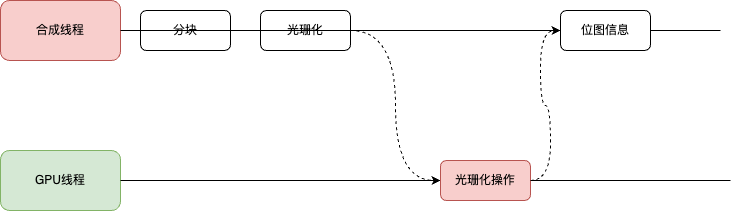
This is 浏览器:光珊化.drawio.png from JYbill/draw, a draw.io export, as it was before one commit. Source tidied: cells renumbered, new cells last; positions are measured from the earlier drawing's top-left corner, leaving out a move shared by most shapes.
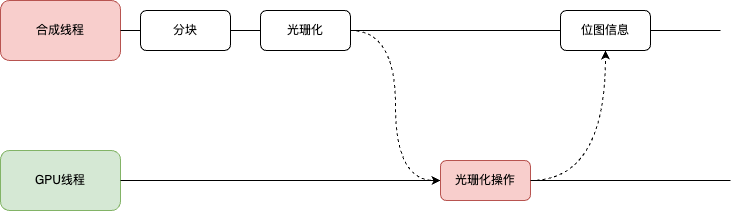
The same file after the commit.

Commit message:
更新浏览器:光珊化.drawio.png

Change to the diagram source:
```diff
@@ -10,12 +10,18 @@
         <mxPoint x="720" y="30" as="targetPoint" />
       </mxGeometry>
     </mxCell>
+    <mxCell id="14" style="edgeStyle=orthogonalEdgeStyle;rounded=0;jettySize=auto;html=1;exitX=1;exitY=0.5;exitDx=0;exitDy=0;entryX=0;entryY=0.5;entryDx=0;entryDy=0;endArrow=none;endFill=0;" parent="1" edge="1" source="4" target="6">
+      <mxGeometry relative="1" as="geometry" />
+    </mxCell>
     <mxCell id="4" value="分块" style="rounded=1;whiteSpace=wrap;html=1;" parent="1" vertex="1">
       <mxGeometry x="140" y="10" width="90" height="40" as="geometry" />
     </mxCell>
     <mxCell id="5" style="edgeStyle=orthogonalEdgeStyle;rounded=0;jettySize=auto;html=1;exitX=1;exitY=0.5;exitDx=0;exitDy=0;entryX=0;entryY=0.5;entryDx=0;entryDy=0;curved=1;dashed=1;" parent="1" edge="1" source="6" target="10">
       <mxGeometry relative="1" as="geometry" />
     </mxCell>
+    <mxCell id="15" style="edgeStyle=orthogonalEdgeStyle;rounded=0;jettySize=auto;html=1;exitX=1;exitY=0.5;exitDx=0;exitDy=0;entryX=0;entryY=0.5;entryDx=0;entryDy=0;endArrow=none;endFill=0;" parent="1" edge="1" source="6" target="13">
+      <mxGeometry relative="1" as="geometry" />
+    </mxCell>
     <mxCell id="6" value="光珊化" style="rounded=1;whiteSpace=wrap;html=1;" parent="1" vertex="1">
       <mxGeometry x="260" y="10" width="90" height="40" as="geometry" />
     </mxCell>
@@ -25,7 +31,7 @@
     <mxCell id="8" style="endArrow=none;html=1;rounded=0;exitX=1;exitY=0.5;exitDx=0;exitDy=0;" parent="1" edge="1" source="7" target="10">
       <mxGeometry relative="1" as="geometry" />
     </mxCell>
-    <mxCell id="9" style="edgeStyle=orthogonalEdgeStyle;rounded=0;jettySize=auto;html=1;exitX=1;exitY=0.5;exitDx=0;exitDy=0;entryX=0;entryY=0.5;entryDx=0;entryDy=0;curved=1;dashed=1;" parent="1" edge="1" source="10" target="13">
+    <mxCell id="9" style="edgeStyle=orthogonalEdgeStyle;rounded=0;jettySize=auto;html=1;exitX=1;exitY=0.5;exitDx=0;exitDy=0;entryX=0.5;entryY=1;entryDx=0;entryDy=0;curved=1;dashed=1;" parent="1" edge="1" source="10" target="13">
       <mxGeometry relative="1" as="geometry" />
     </mxCell>
     <mxCell id="10" value="光珊化操作" style="rounded=1;whiteSpace=wrap;html=1;fillColor=#f8cecc;strokeColor=#b85450;" parent="1" vertex="1">
@@ -36,7 +42,7 @@
         <mxPoint x="730" y="180" as="targetPoint" />
       </mxGeometry>
     </mxCell>
-    <mxCell id="12" style="endArrow=none;html=1;rounded=0;exitX=1;exitY=0.5;exitDx=0;exitDy=0;" parent="1" edge="1" source="2" target="13">
+    <mxCell id="12" style="endArrow=none;html=1;rounded=0;exitX=1;exitY=0.5;exitDx=0;exitDy=0;entryX=0;entryY=0.5;entryDx=0;entryDy=0;" parent="1" edge="1" source="2" target="4">
       <mxGeometry relative="1" as="geometry" />
     </mxCell>
     <mxCell id="13" value="位图信息" style="rounded=1;whiteSpace=wrap;html=1;" parent="1" vertex="1">
```
